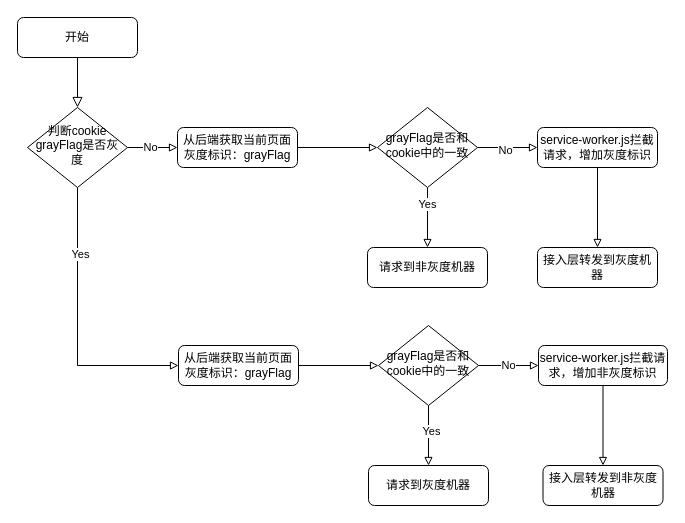
Earlier version of the draw.io diagram 传统灰度方案.drawio (VikiLee/wechat_share). Source tidied: cells renumbered, new cells numbered last; positions are measured from the earlier drawing's top-left corner, leaving out a move shared by most shapes. Both pictures are drawn from the tidied source at 100%, with x=0, y=0 at pixel (17, 17).
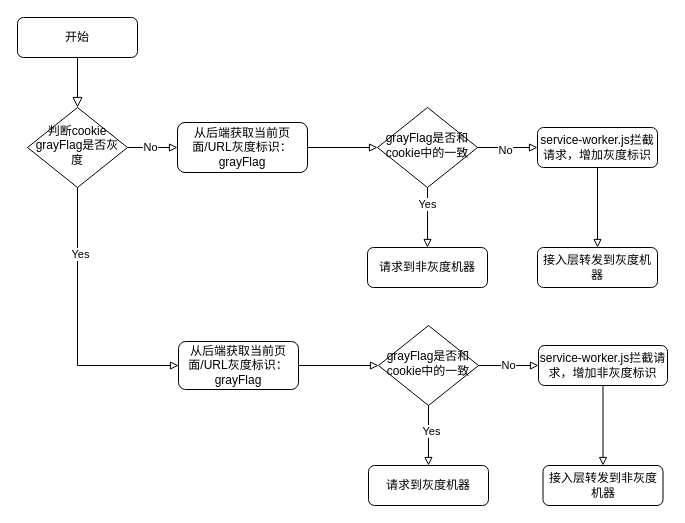
After the change.

Commit message:
更新传统灰度方案.drawio

Change to the diagram source:
```diff
@@
-    <mxCell id="10" value="从后端获取当前页面灰度标识：grayFlag" style="rounded=1;whiteSpace=wrap;html=1;fontSize=12;glass=0;strokeWidth=1;shadow=0;" parent="1" vertex="1">
-      <mxGeometry x="160" y="110" width="120" height="40" as="geometry" />
+    <mxCell id="10" value="从后端获取当前页面/URL灰度标识：grayFlag" style="rounded=1;whiteSpace=wrap;html=1;fontSize=12;glass=0;strokeWidth=1;shadow=0;" parent="1" vertex="1">
+      <mxGeometry x="160" y="105" width="130" height="50" as="geometry" />
     </mxCell>
@@
-    <mxCell id="21" value="从后端获取当前页面灰度标识：grayFlag" style="rounded=1;whiteSpace=wrap;html=1;fontSize=12;glass=0;strokeWidth=1;shadow=0;" parent="1" vertex="1">
-      <mxGeometry x="161" y="328" width="120" height="40" as="geometry" />
+    <mxCell id="21" value="从后端获取当前页面/URL灰度标识：grayFlag" style="rounded=1;whiteSpace=wrap;html=1;fontSize=12;glass=0;strokeWidth=1;shadow=0;" parent="1" vertex="1">
+      <mxGeometry x="161" y="324" width="120" height="48" as="geometry" />
     </mxCell>
```
